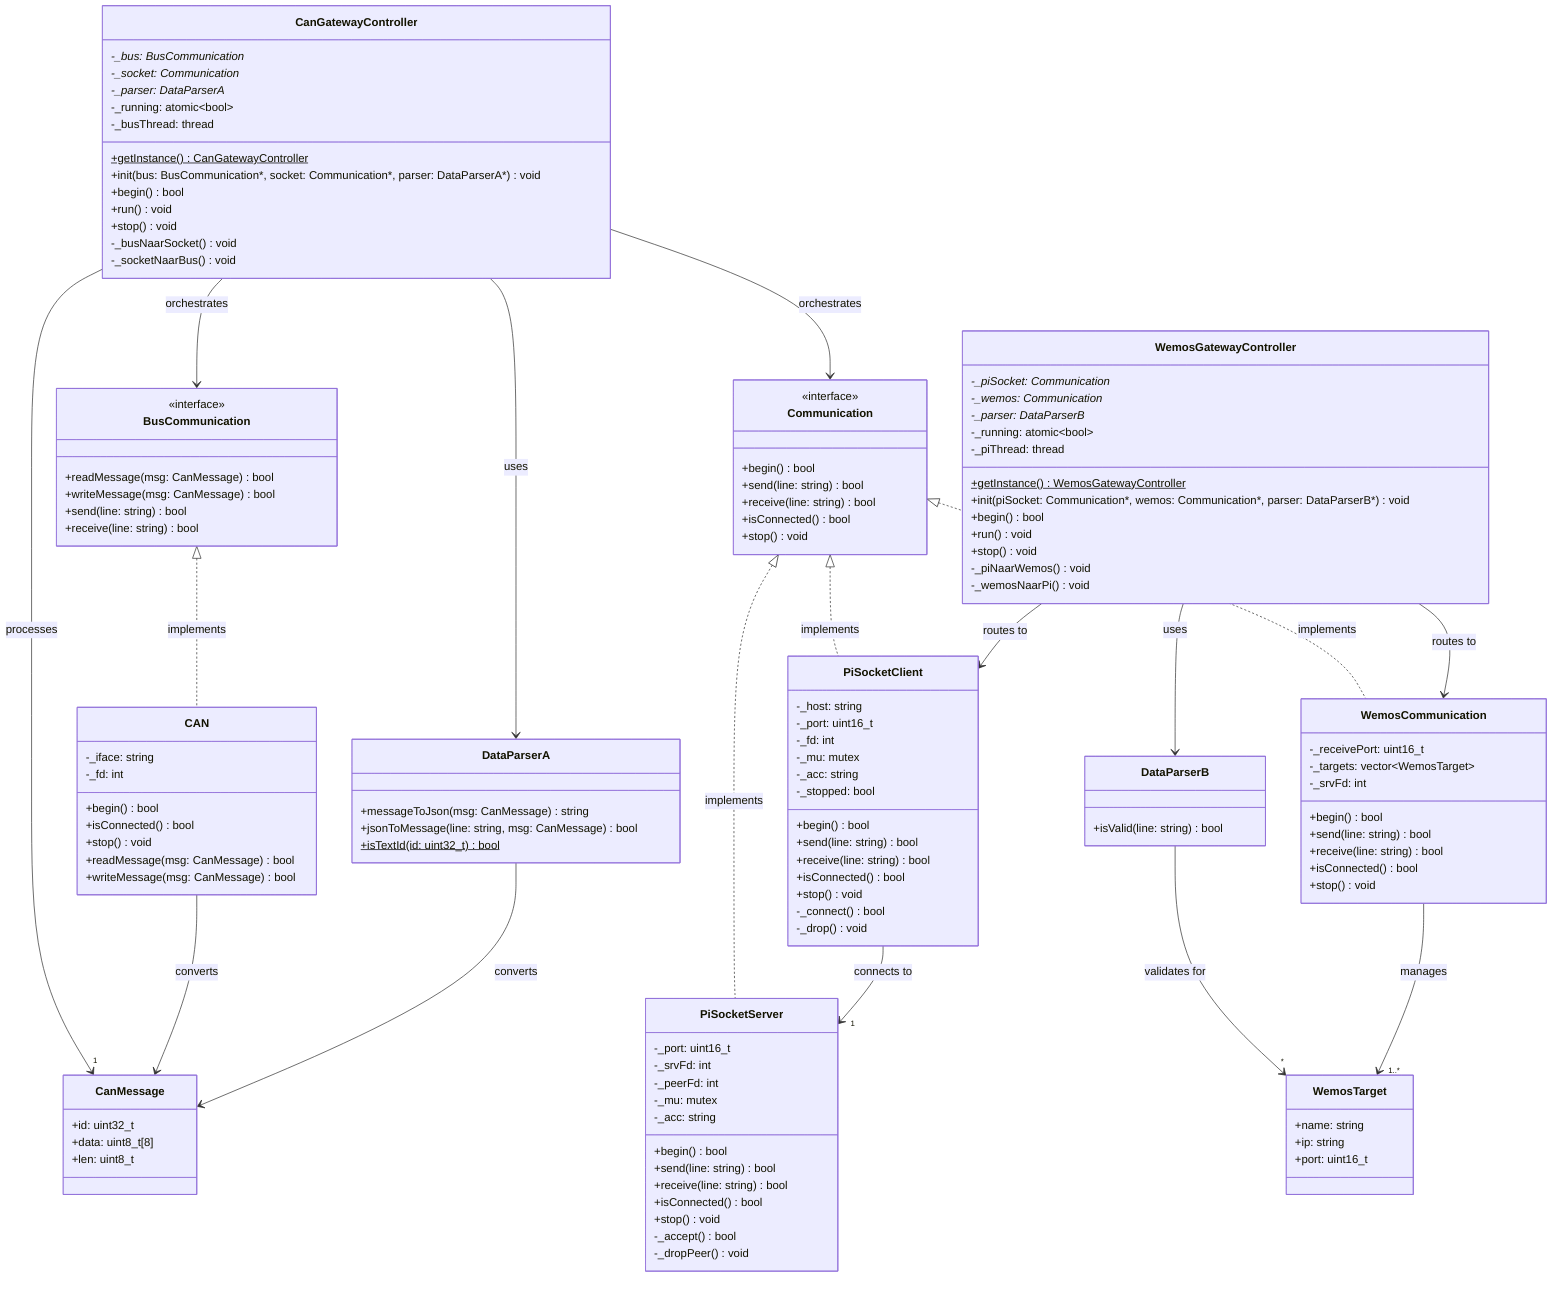
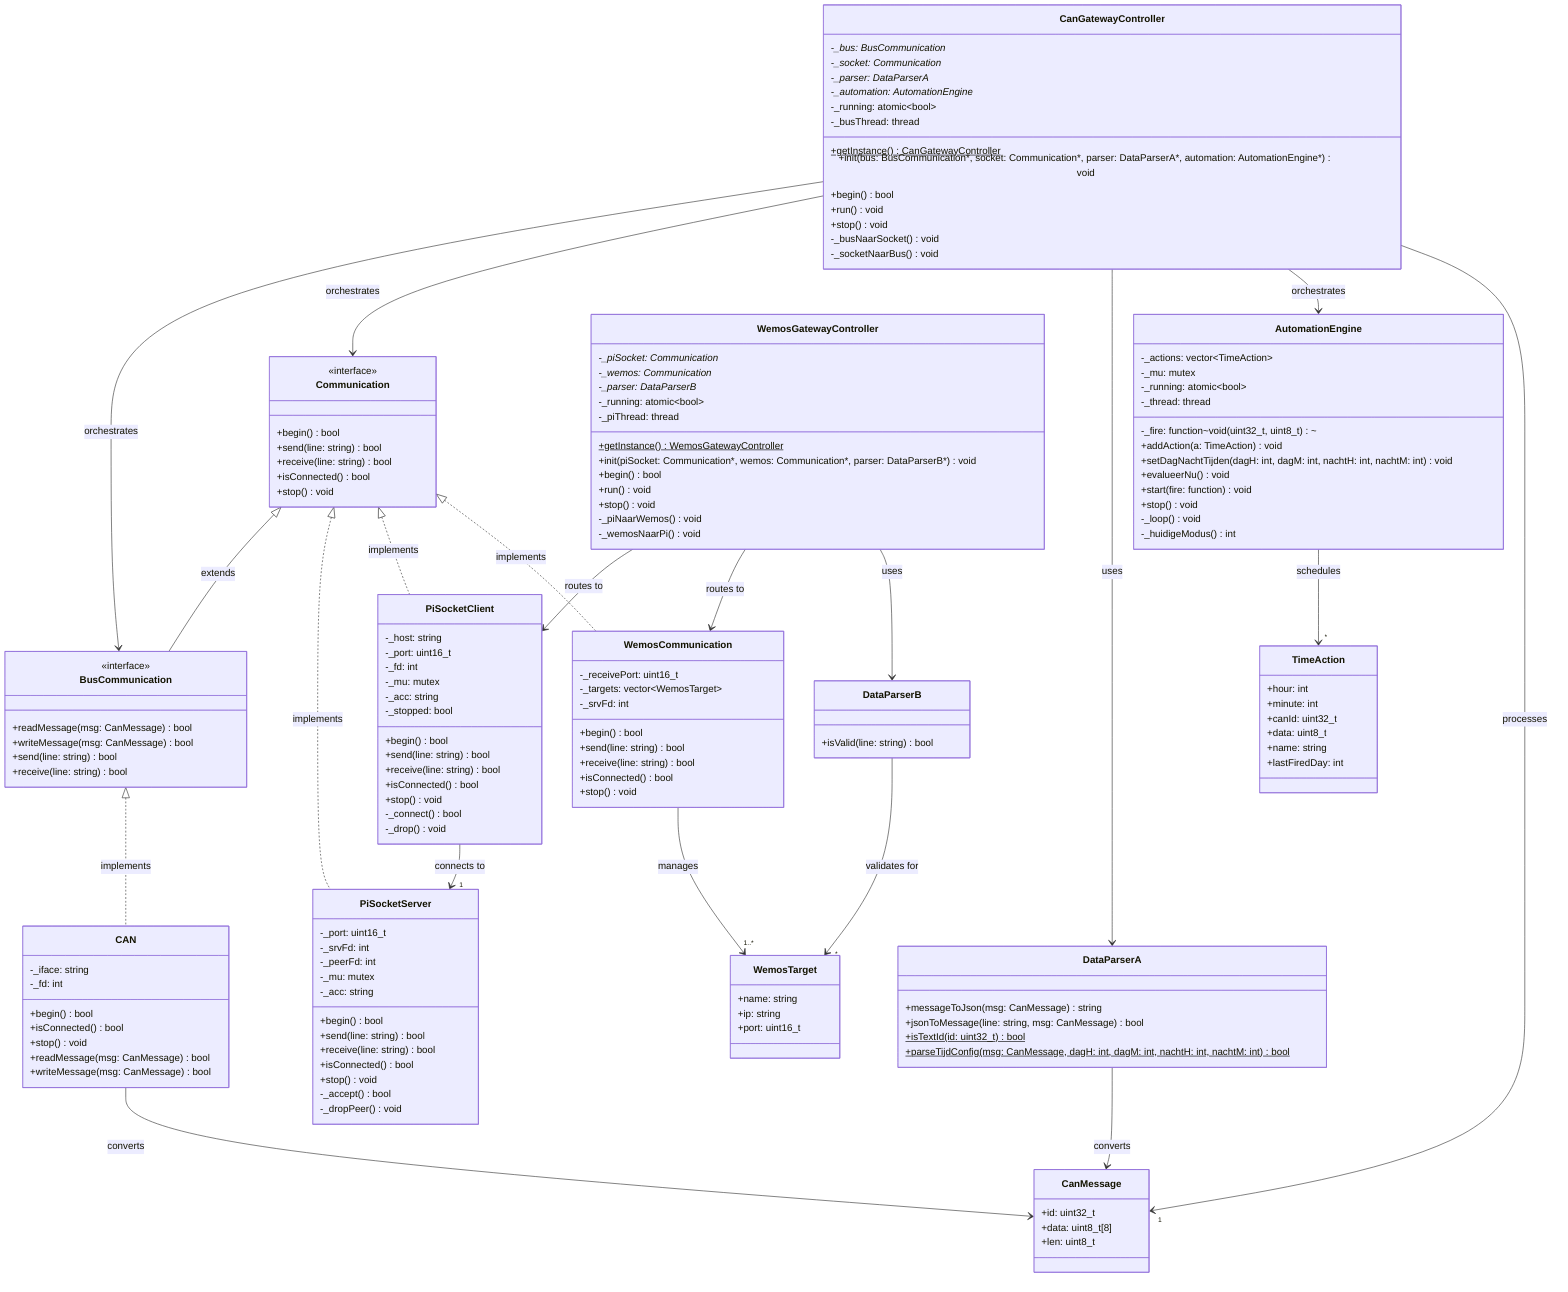
---
references:
  - "File: /PI/Socket-OOP-A/Design.mmd"
  - "File: /PI/Socket-OOP-B"
generationTime: 2026-06-12T09:53:45.801Z
---
classDiagram
    %% ============ INTERFACES ============
    class Communication {
        <<interface>>
        +begin() bool
        +send(line: string) bool
        +receive(line: string) bool
        +isConnected() bool
        +stop() void
    }

    class BusCommunication {
        <<interface>>
        +readMessage(msg: CanMessage) bool
        +writeMessage(msg: CanMessage) bool
        +send(line: string) bool
        +receive(line: string) bool
    }

    %% ============ DATA STRUCTURES ============
    class CanMessage {
        +id: uint32_t
        +data: uint8_t[8]
        +len: uint8_t
    }

    class WemosTarget {
        +name: string
        +ip: string
        +port: uint16_t
    }

    %% ============ PI A - IMPLEMENTATIONS ============
    class CAN {
        -_iface: string
        -_fd: int
        +begin() bool
        +isConnected() bool
        +stop() void
        +readMessage(msg: CanMessage) bool
        +writeMessage(msg: CanMessage) bool
    }

    class PiSocketServer {
        -_port: uint16_t
        -_srvFd: int
        -_peerFd: int
        -_mu: mutex
        -_acc: string
        +begin() bool
        +send(line: string) bool
        +receive(line: string) bool
        +isConnected() bool
        +stop() void
        -_accept() bool
        -_dropPeer() void
    }

    class DataParserA {
        +messageToJson(msg: CanMessage) string
        +jsonToMessage(line: string, msg: CanMessage) bool
        +isTextId(id: uint32_t) bool$
+         +parseTijdConfig(msg: CanMessage, dagH: int, dagM: int, nachtH: int, nachtM: int) bool$
+     }
+ 
+     class TimeAction {
+         +hour: int
+         +minute: int
+         +canId: uint32_t
+         +data: uint8_t
+         +name: string
+         +lastFiredDay: int
+     }
+ 
+     class AutomationEngine {
+         -_actions: vector~TimeAction~
+         -_mu: mutex
+         -_running: atomic~bool~
+         -_thread: thread
+         -_fire: function~void(uint32_t, uint8_t)~
+         +addAction(a: TimeAction) void
+         +setDagNachtTijden(dagH: int, dagM: int, nachtH: int, nachtM: int) void
+         +evalueerNu() void
+         +start(fire: function) void
+         +stop() void
+         -_loop() void
+         -_huidigeModus() int
    }

    class CanGatewayController {
        -_bus: BusCommunication*
        -_socket: Communication*
        -_parser: DataParserA*
+         -_automation: AutomationEngine*
        -_running: atomic~bool~
        -_busThread: thread
        +getInstance() CanGatewayController$
-         +init(bus: BusCommunication*, socket: Communication*, parser: DataParserA*) void
+         +init(bus: BusCommunication*, socket: Communication*, parser: DataParserA*, automation: AutomationEngine*) void
        +begin() bool
        +run() void
        +stop() void
        -_busNaarSocket() void
        -_socketNaarBus() void
    }

    %% ============ PI B - IMPLEMENTATIONS ============
    class PiSocketClient {
        -_host: string
        -_port: uint16_t
        -_fd: int
        -_mu: mutex
        -_acc: string
        -_stopped: bool
        +begin() bool
        +send(line: string) bool
        +receive(line: string) bool
        +isConnected() bool
        +stop() void
        -_connect() bool
        -_drop() void
    }

    class WemosCommunication {
        -_receivePort: uint16_t
        -_targets: vector~WemosTarget~
        -_srvFd: int
        +begin() bool
        +send(line: string) bool
        +receive(line: string) bool
        +isConnected() bool
        +stop() void
    }

    class DataParserB {
        +isValid(line: string) bool
    }

    class WemosGatewayController {
        -_piSocket: Communication*
        -_wemos: Communication*
        -_parser: DataParserB*
        -_running: atomic~bool~
        -_piThread: thread
        +getInstance() WemosGatewayController$
        +init(piSocket: Communication*, wemos: Communication*, parser: DataParserB*) void
        +begin() bool
        +run() void
        +stop() void
        -_piNaarWemos() void
        -_wemosNaarPi() void
    }

    %% ============ RELATIONSHIPS ============
    %% Interface implementations
+     Communication <|-- BusCommunication : extends
    Communication <|.. PiSocketServer : implements
    Communication <|.. PiSocketClient : implements
    Communication <|.. WemosCommunication : implements
    BusCommunication <|.. CAN : implements

    %% Data models
    CanGatewayController --> BusCommunication : orchestrates
    CanGatewayController --> Communication : orchestrates
    CanGatewayController --> DataParserA : uses
+     CanGatewayController --> AutomationEngine : orchestrates
    CanGatewayController --> "1" CanMessage : processes
+     AutomationEngine --> "*" TimeAction : schedules
    CAN --> CanMessage : converts

    DataParserA --> CanMessage : converts
    DataParserB --> "*" WemosTarget : validates for

    WemosGatewayController --> PiSocketClient : routes to
    WemosGatewayController --> WemosCommunication : routes to
    WemosGatewayController --> DataParserB : uses

    WemosCommunication --> "1..*" WemosTarget : manages
    PiSocketClient --> "1" PiSocketServer : connects to